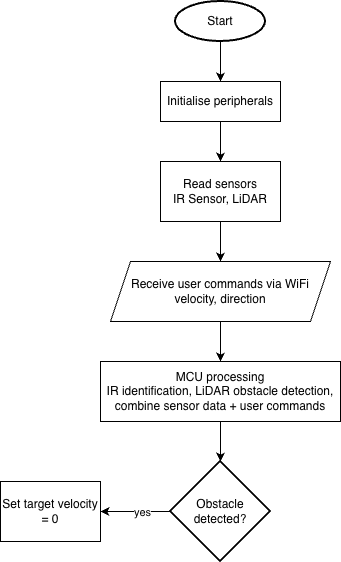
The draw.io diagram flowcharts/slave_arduino_new.drawio.png in bryanli-ucl/AIPS, before a commit. Source tidied: cells renumbered, new cells last; positions are measured from the earlier drawing's top-left corner, leaving out a move shared by most shapes. Its diagram source:
```xml
<mxGraphModel>
  <root>
    <mxCell id="0" />
    <mxCell id="1" parent="0" />
    <mxCell id="2" style="edgeStyle=orthogonalEdgeStyle;rounded=0;jettySize=auto;html=1;entryX=0.5;entryY=0;entryDx=0;entryDy=0;" parent="1" edge="1" source="3" target="5">
      <mxGeometry relative="1" as="geometry" />
    </mxCell>
    <mxCell id="3" value="Start" style="strokeWidth=2;html=1;shape=mxgraph.flowchart.start_1;whiteSpace=wrap;" parent="1" vertex="1">
      <mxGeometry x="175" width="90" height="40" as="geometry" />
    </mxCell>
    <mxCell id="4" style="edgeStyle=orthogonalEdgeStyle;rounded=0;jettySize=auto;html=1;entryX=0.5;entryY=0;entryDx=0;entryDy=0;" parent="1" edge="1" source="5" target="7">
      <mxGeometry relative="1" as="geometry" />
    </mxCell>
    <mxCell id="5" value="Initialise peripherals" style="rounded=0;whiteSpace=wrap;html=1;" parent="1" vertex="1">
      <mxGeometry x="160" y="80" width="120" height="40" as="geometry" />
    </mxCell>
    <mxCell id="6" style="edgeStyle=orthogonalEdgeStyle;rounded=0;jettySize=auto;html=1;entryX=0.5;entryY=0;entryDx=0;entryDy=0;" parent="1" edge="1" source="7" target="10">
      <mxGeometry relative="1" as="geometry" />
    </mxCell>
    <mxCell id="7" value="Read sensors&lt;div&gt;IR Sensor, LiDAR&lt;/div&gt;" style="rounded=0;whiteSpace=wrap;html=1;" parent="1" vertex="1">
      <mxGeometry x="160" y="160" width="120" height="60" as="geometry" />
    </mxCell>
    <mxCell id="8" style="edgeStyle=orthogonalEdgeStyle;rounded=0;orthogonalLoop=1;jettySize=auto;html=1;exitX=0.5;exitY=1;exitDx=0;exitDy=0;" parent="1" edge="1" source="7" target="7">
      <mxGeometry relative="1" as="geometry" />
    </mxCell>
    <mxCell id="9" style="edgeStyle=orthogonalEdgeStyle;rounded=0;jettySize=auto;html=1;entryX=0.5;entryY=0;entryDx=0;entryDy=0;" parent="1" edge="1" source="10" target="11">
      <mxGeometry relative="1" as="geometry" />
    </mxCell>
    <mxCell id="10" value="Receive user commands via WiFi&lt;div&gt;velocity, direction&lt;/div&gt;" style="shape=parallelogram;perimeter=parallelogramPerimeter;whiteSpace=wrap;html=1;fixedSize=1;" parent="1" vertex="1">
      <mxGeometry x="110" y="260" width="220" height="60" as="geometry" />
    </mxCell>
    <mxCell id="11" value="MCU processing&lt;div&gt;IR identification, LiDAR obstacle detection, combine sensor data + user commands&lt;/div&gt;" style="rounded=0;whiteSpace=wrap;html=1;" parent="1" vertex="1">
      <mxGeometry x="100" y="360" width="240" height="60" as="geometry" />
    </mxCell>
    <mxCell id="12" style="edgeStyle=orthogonalEdgeStyle;rounded=0;jettySize=auto;html=1;" parent="1" edge="1" source="14" target="16">
      <mxGeometry relative="1" as="geometry" />
    </mxCell>
    <mxCell id="13" value="yes" style="edgeLabel;html=1;align=center;verticalAlign=middle;" parent="12" vertex="1">
      <mxGeometry x="-0.17" y="4" relative="1" as="geometry">
        <mxPoint y="-4" as="offset" />
      </mxGeometry>
    </mxCell>
    <mxCell id="14" value="Obstacle detected?" style="strokeWidth=2;html=1;shape=mxgraph.flowchart.decision;whiteSpace=wrap;" parent="1" vertex="1">
      <mxGeometry x="170" y="460" width="100" height="100" as="geometry" />
    </mxCell>
    <mxCell id="15" style="edgeStyle=orthogonalEdgeStyle;rounded=0;jettySize=auto;html=1;entryX=0.5;entryY=0;entryDx=0;entryDy=0;entryPerimeter=0;" parent="1" edge="1" source="11" target="14">
      <mxGeometry relative="1" as="geometry" />
    </mxCell>
    <mxCell id="16" value="Set target velocity = 0" style="rounded=0;whiteSpace=wrap;html=1;" parent="1" vertex="1">
      <mxGeometry y="480" width="100" height="60" as="geometry" />
    </mxCell>
  </root>
</mxGraphModel>
```
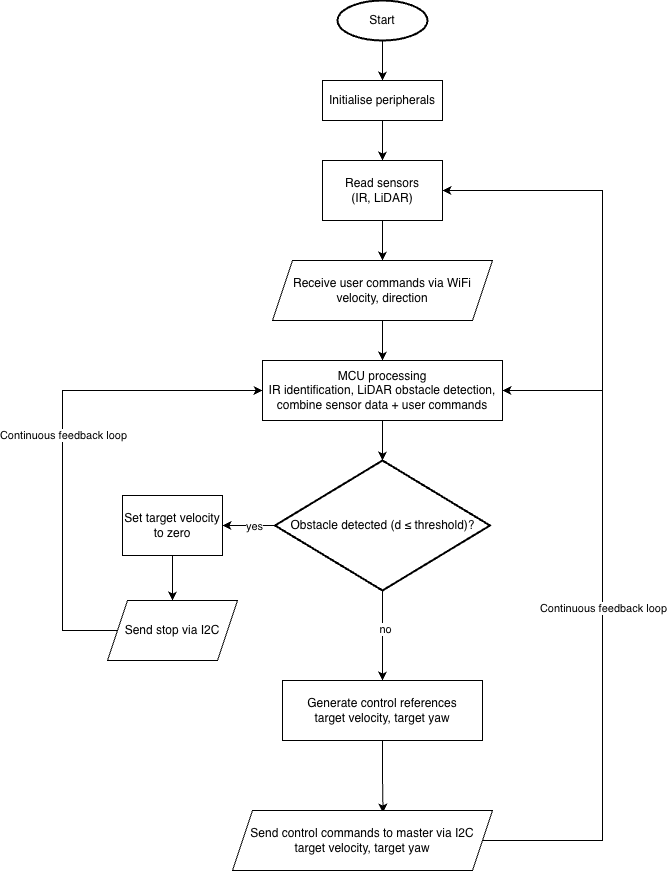
After the commit.

Diff of the diagram source:
```diff
@@ -17,7 +17,7 @@
     <mxCell id="6" style="edgeStyle=orthogonalEdgeStyle;rounded=0;jettySize=auto;html=1;entryX=0.5;entryY=0;entryDx=0;entryDy=0;" parent="1" edge="1" source="7" target="10">
       <mxGeometry relative="1" as="geometry" />
     </mxCell>
-    <mxCell id="7" value="Read sensors&lt;div&gt;IR Sensor, LiDAR&lt;/div&gt;" style="rounded=0;whiteSpace=wrap;html=1;" parent="1" vertex="1">
+    <mxCell id="7" value="Read sensors&lt;div&gt;(IR, LiDAR)&lt;/div&gt;" style="rounded=0;whiteSpace=wrap;html=1;" parent="1" vertex="1">
       <mxGeometry x="160" y="160" width="120" height="60" as="geometry" />
     </mxCell>
     <mxCell id="8" style="edgeStyle=orthogonalEdgeStyle;rounded=0;orthogonalLoop=1;jettySize=auto;html=1;exitX=0.5;exitY=1;exitDx=0;exitDy=0;" parent="1" edge="1" source="7" target="7">
@@ -40,14 +40,68 @@
         <mxPoint y="-4" as="offset" />
       </mxGeometry>
     </mxCell>
+    <mxCell id="17" style="edgeStyle=orthogonalEdgeStyle;rounded=0;jettySize=auto;html=1;entryX=0.5;entryY=0;entryDx=0;entryDy=0;" parent="1" edge="1" source="14" target="24">
+      <mxGeometry relative="1" as="geometry" />
+    </mxCell>
+    <mxCell id="18" value="no" style="edgeLabel;html=1;align=center;verticalAlign=middle;" parent="17" vertex="1">
+      <mxGeometry x="-0.15" y="2" relative="1" as="geometry" />
+    </mxCell>
-    <mxCell id="14" value="Obstacle detected?" style="strokeWidth=2;html=1;shape=mxgraph.flowchart.decision;whiteSpace=wrap;" parent="1" vertex="1">
-      <mxGeometry x="170" y="460" width="100" height="100" as="geometry" />
+    <mxCell id="14" value="Obstacle detected (d ≤ threshold)?" style="strokeWidth=2;html=1;shape=mxgraph.flowchart.decision;whiteSpace=wrap;" parent="1" vertex="1">
+      <mxGeometry x="112.5" y="460" width="215" height="130" as="geometry" />
     </mxCell>
     <mxCell id="15" style="edgeStyle=orthogonalEdgeStyle;rounded=0;jettySize=auto;html=1;entryX=0.5;entryY=0;entryDx=0;entryDy=0;entryPerimeter=0;" parent="1" edge="1" source="11" target="14">
       <mxGeometry relative="1" as="geometry" />
     </mxCell>
+    <mxCell id="19" style="edgeStyle=orthogonalEdgeStyle;rounded=0;jettySize=auto;html=1;entryX=0.5;entryY=0;entryDx=0;entryDy=0;" parent="1" edge="1" source="16" target="22">
+      <mxGeometry relative="1" as="geometry" />
+    </mxCell>
-    <mxCell id="16" value="Set target velocity = 0" style="rounded=0;whiteSpace=wrap;html=1;" parent="1" vertex="1">
-      <mxGeometry y="480" width="100" height="60" as="geometry" />
+    <mxCell id="16" value="Set target velocity to zero" style="rounded=0;whiteSpace=wrap;html=1;" parent="1" vertex="1">
+      <mxGeometry x="-40" y="495" width="100" height="60" as="geometry" />
     </mxCell>
+    <mxCell id="20" style="edgeStyle=orthogonalEdgeStyle;rounded=0;jettySize=auto;html=1;entryX=0;entryY=0.5;entryDx=0;entryDy=0;" parent="1" edge="1" source="22" target="11">
+      <mxGeometry relative="1" as="geometry">
+        <Array as="points">
+          <mxPoint x="-100" y="630" />
+          <mxPoint x="-100" y="390" />
+        </Array>
+      </mxGeometry>
+    </mxCell>
+    <mxCell id="21" value="Continuous feedback loop" style="edgeLabel;html=1;align=center;verticalAlign=middle;" parent="20" vertex="1">
+      <mxGeometry x="0.01" relative="1" as="geometry" />
+    </mxCell>
+    <mxCell id="22" value="Send stop via I2C" style="shape=parallelogram;perimeter=parallelogramPerimeter;whiteSpace=wrap;html=1;fixedSize=1;" parent="1" vertex="1">
+      <mxGeometry x="-55" y="600" width="130" height="60" as="geometry" />
+    </mxCell>
+    <mxCell id="23" style="edgeStyle=orthogonalEdgeStyle;rounded=0;jettySize=auto;html=1;entryX=0.579;entryY=0.036;entryDx=0;entryDy=0;entryPerimeter=0;" parent="1" edge="1" source="24" target="29">
+      <mxGeometry relative="1" as="geometry" />
+    </mxCell>
+    <mxCell id="24" value="Generate control references&lt;div&gt;target velocity, target yaw&lt;/div&gt;" style="rounded=0;whiteSpace=wrap;html=1;" parent="1" vertex="1">
+      <mxGeometry x="120" y="680" width="200" height="60" as="geometry" />
+    </mxCell>
+    <mxCell id="25" style="edgeStyle=orthogonalEdgeStyle;rounded=0;jettySize=auto;html=1;entryX=1;entryY=0.5;entryDx=0;entryDy=0;" parent="1" edge="1" source="29" target="11">
+      <mxGeometry relative="1" as="geometry">
+        <Array as="points">
+          <mxPoint x="440" y="840" />
+          <mxPoint x="440" y="390" />
+        </Array>
+      </mxGeometry>
+    </mxCell>
+    <mxCell id="26" style="edgeStyle=orthogonalEdgeStyle;rounded=0;jettySize=auto;html=1;entryX=1;entryY=0.5;entryDx=0;entryDy=0;" parent="1" edge="1" source="29" target="7">
+      <mxGeometry relative="1" as="geometry">
+        <Array as="points">
+          <mxPoint x="440" y="840" />
+          <mxPoint x="440" y="190" />
+        </Array>
+      </mxGeometry>
+    </mxCell>
+    <mxCell id="27" value="&lt;div&gt;&lt;br&gt;&lt;/div&gt;" style="edgeLabel;html=1;align=center;verticalAlign=middle;" parent="26" vertex="1">
+      <mxGeometry x="0.45" y="-1" relative="1" as="geometry" />
+    </mxCell>
+    <mxCell id="28" value="Continuous feedback loop" style="edgeLabel;html=1;align=center;verticalAlign=middle;" parent="26" vertex="1">
+      <mxGeometry x="-0.24" relative="1" as="geometry" />
+    </mxCell>
+    <mxCell id="29" value="Send control commands to master via I2C&lt;div&gt;target velocity, target yaw&lt;/div&gt;" style="shape=parallelogram;perimeter=parallelogramPerimeter;whiteSpace=wrap;html=1;fixedSize=1;" parent="1" vertex="1">
+      <mxGeometry x="70" y="810" width="260" height="60" as="geometry" />
+    </mxCell>
   </root>
 </mxGraphModel>
```
